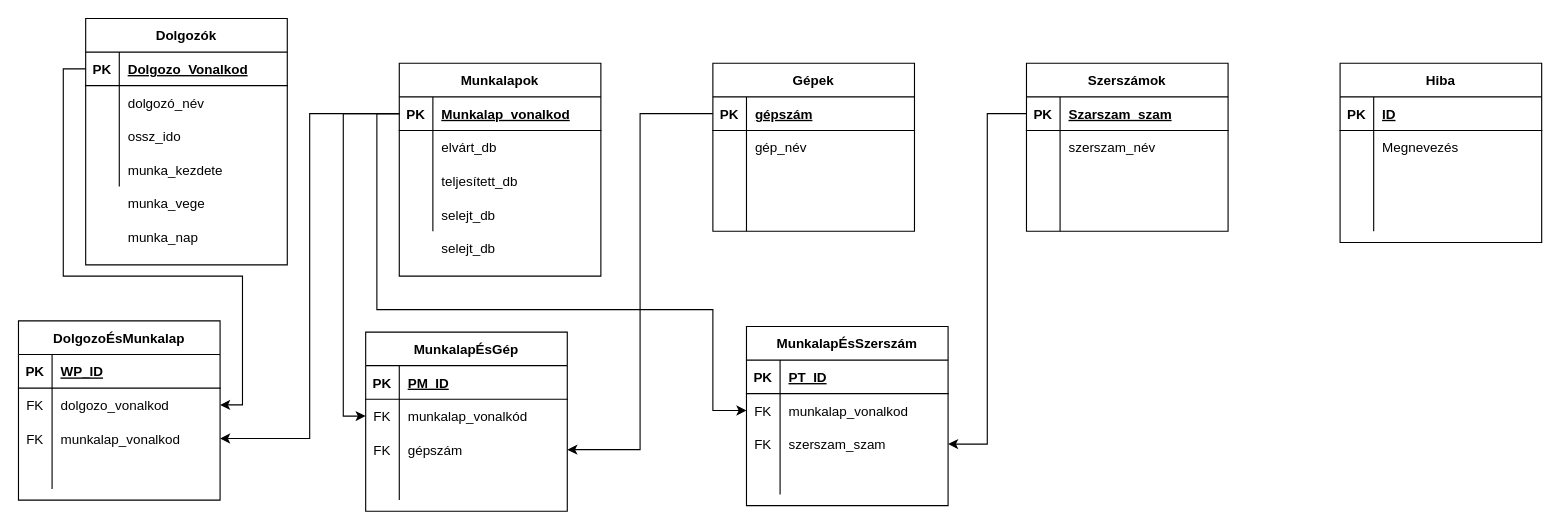
Earlier version of the draw.io diagram Untitled Diagram.drawio (KerteszZoltan/mesterminal). Source tidied: cells renumbered, new cells numbered last; positions are measured from the earlier drawing's top-left corner, leaving out a move shared by most shapes. Both pictures are drawn from the tidied source at 112%, with x=0, y=0 at pixel (18, 18).
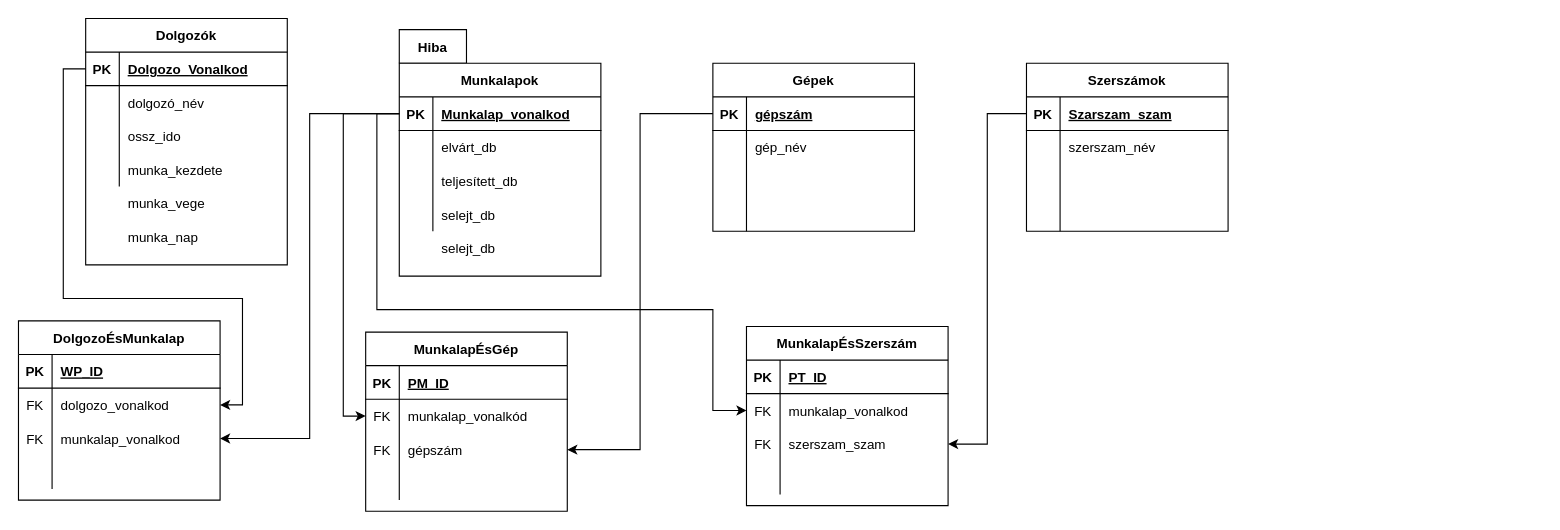
The same diagram, later.

Commit message:
i don't know where put the error table, so i put top of workpage nad collapse the error table

Unchanged cells that the change refers to:
```xml
<mxCell id="3" style="shape=partialRectangle;fillColor=none;top=0;left=0;bottom=1;right=0;points=[[0,0.5],[1,0.5]];portConstraint=eastwest;" parent="2" vertex="1">
  <mxGeometry y="30" width="180" height="30" as="geometry" />
</mxCell>
<mxCell id="73" style="shape=partialRectangle;fillColor=none;top=0;left=0;bottom=0;right=0;points=[[0,0.5],[1,0.5]];portConstraint=eastwest;" parent="69" vertex="1">
  <mxGeometry y="60" width="180" height="30" as="geometry" />
</mxCell>
```

The edit, as a diff of the source:
```diff
@@
+    <mxCell id="56" value="Hiba" style="shape=table;startSize=30;childLayout=tableLayout;rowLines=0;fontStyle=1;align=center;overflow=visible;noLabel=0;" parent="1" vertex="1" collapsed="1">
+      <mxGeometry x="340" y="10" width="60" height="30" as="geometry" />
+    </mxCell>
@@
-    <mxCell id="56" value="Hiba" style="shape=table;startSize=30;childLayout=tableLayout;rowLines=0;fontStyle=1;align=center;" parent="1" vertex="1">
-      <mxGeometry x="1180" y="40" width="180" height="160" as="geometry" />
-    </mxCell>
-    <mxCell id="57" style="shape=partialRectangle;fillColor=none;top=0;left=0;bottom=1;right=0;" parent="56" vertex="1">
-      <mxGeometry y="30" width="180" height="30" as="geometry" />
-    </mxCell>
-    <mxCell id="58" value="PK" style="shape=partialRectangle;fillColor=none;top=0;left=0;bottom=0;right=0;fontStyle=1;overflow=hidden;" parent="57" vertex="1">
-      <mxGeometry width="30" height="30" as="geometry" />
-    </mxCell>
-    <mxCell id="59" value="ID" style="shape=partialRectangle;fillColor=none;top=0;left=0;bottom=0;right=0;align=left;spacingLeft=6;fontStyle=5;overflow=hidden;" parent="57" vertex="1">
-      <mxGeometry x="30" width="150" height="30" as="geometry" />
-    </mxCell>
-    <mxCell id="60" style="shape=partialRectangle;fillColor=none;top=0;left=0;bottom=0;right=0;" parent="56" vertex="1">
-      <mxGeometry y="60" width="180" height="30" as="geometry" />
-    </mxCell>
-    <mxCell id="61" style="shape=partialRectangle;fillColor=none;top=0;left=0;bottom=0;right=0;overflow=hidden;" parent="60" vertex="1">
-      <mxGeometry width="30" height="30" as="geometry" />
-    </mxCell>
-    <mxCell id="62" value="Megnevezés" style="shape=partialRectangle;fillColor=none;top=0;left=0;bottom=0;right=0;align=left;spacingLeft=6;overflow=hidden;" parent="60" vertex="1">
-      <mxGeometry x="30" width="150" height="30" as="geometry" />
-    </mxCell>
-    <mxCell id="63" style="shape=partialRectangle;fillColor=none;top=0;left=0;bottom=0;right=0;" parent="56" vertex="1">
-      <mxGeometry y="90" width="180" height="30" as="geometry" />
-    </mxCell>
-    <mxCell id="64" style="shape=partialRectangle;fillColor=none;top=0;left=0;bottom=0;right=0;overflow=hidden;" parent="63" vertex="1">
-      <mxGeometry width="30" height="30" as="geometry" />
-    </mxCell>
-    <mxCell id="65" style="shape=partialRectangle;fillColor=none;top=0;left=0;bottom=0;right=0;align=left;spacingLeft=6;overflow=hidden;" parent="63" vertex="1">
-      <mxGeometry x="30" width="150" height="30" as="geometry" />
-    </mxCell>
-    <mxCell id="66" style="shape=partialRectangle;fillColor=none;top=0;left=0;bottom=0;right=0;" parent="56" vertex="1">
-      <mxGeometry y="120" width="180" height="30" as="geometry" />
-    </mxCell>
-    <mxCell id="67" style="shape=partialRectangle;fillColor=none;top=0;left=0;bottom=0;right=0;overflow=hidden;" parent="66" vertex="1">
-      <mxGeometry width="30" height="30" as="geometry" />
-    </mxCell>
-    <mxCell id="68" style="shape=partialRectangle;fillColor=none;top=0;left=0;bottom=0;right=0;align=left;spacingLeft=6;overflow=hidden;" parent="66" vertex="1">
-      <mxGeometry x="30" width="150" height="30" as="geometry" />
-    </mxCell>
@@
     <mxCell id="82" style="edgeStyle=orthogonalEdgeStyle;rounded=0;jettySize=auto;html=1;exitX=0;exitY=0.5;exitDx=0;exitDy=0;" parent="1" edge="1" source="3" target="73">
       <mxGeometry relative="1" as="geometry">
         <Array as="points">
           <mxPoint x="40" y="45" />
-          <mxPoint x="40" y="230" />
-          <mxPoint x="200" y="230" />
+          <mxPoint x="40" y="250" />
+          <mxPoint x="200" y="250" />
           <mxPoint x="200" y="345" />
         </Array>
       </mxGeometry>
     </mxCell>
```
